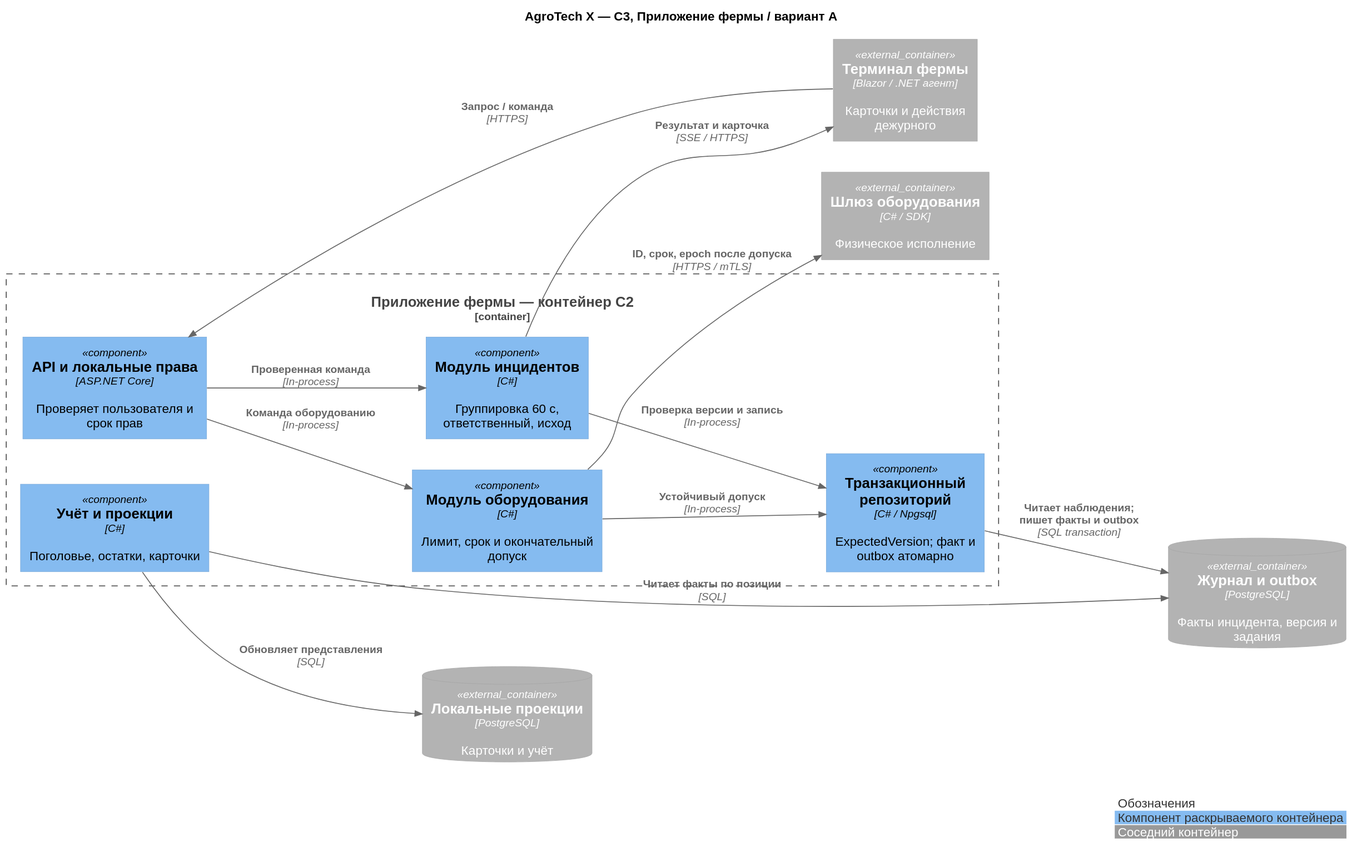
This is Task3/diagrams/c3-incidents-a.svg from rozhkovsvyat/MSA-AgroTech, a PlantUML export, as it was before one commit.
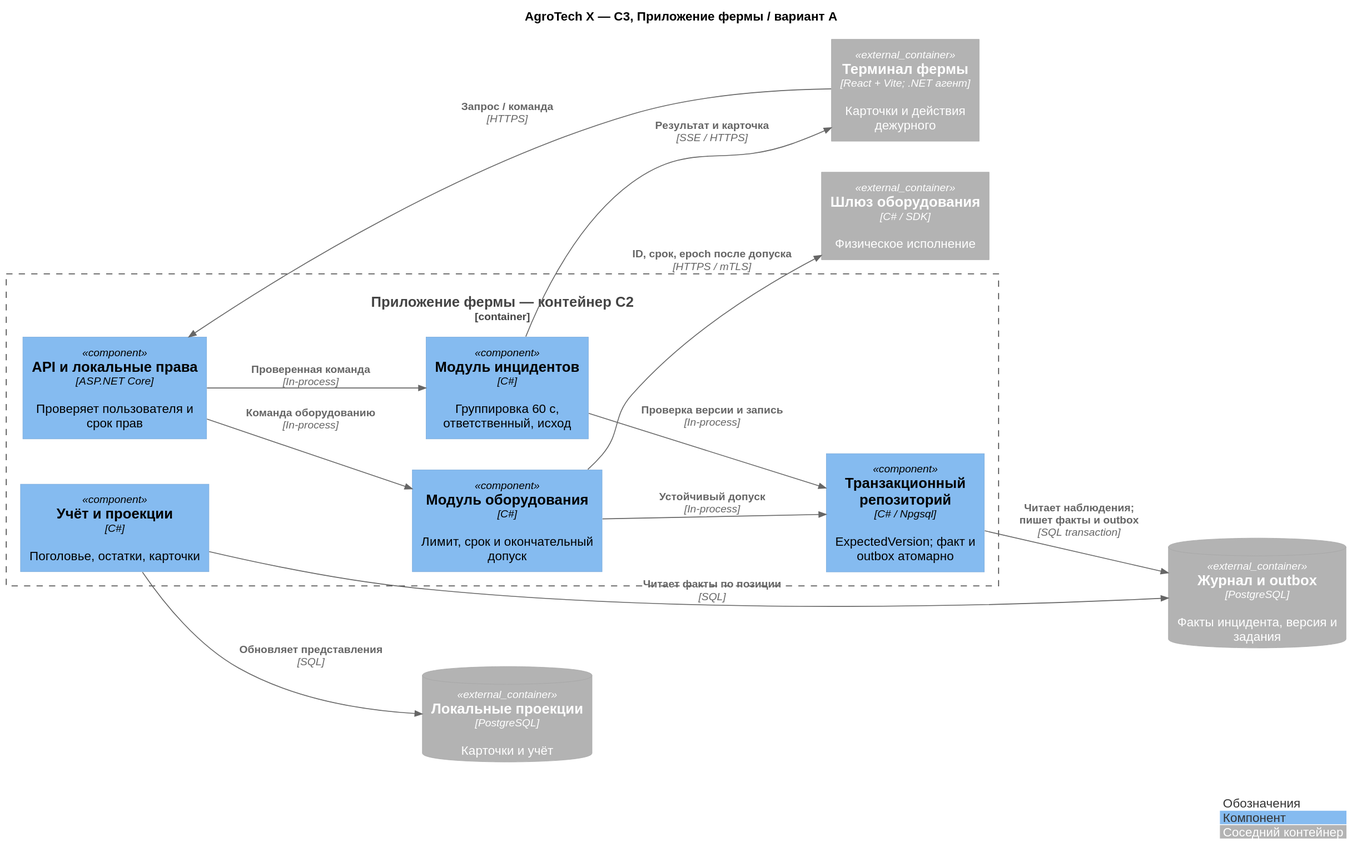
After the commit.

Diff of the diagram source:
```diff
@@ -8,7 +8,7 @@
 skinparam ranksep 65
 show stereotype
 title AgroTech X — C3, Приложение фермы / вариант А
-Container_Ext(ui, "Терминал фермы", "Blazor / .NET агент", "Карточки и действия дежурного")
+Container_Ext(ui, "Терминал фермы", "React + Vite; .NET агент", "Карточки и действия дежурного")
 ContainerDb_Ext(db, "Журнал и outbox", "PostgreSQL", "Факты инцидента, версия и задания")
 ContainerDb_Ext(proj, "Локальные проекции", "PostgreSQL", "Карточки и учёт")
 Container_Ext(gateway, "Шлюз оборудования", "C# / SDK", "Физическое исполнение")
@@ -31,7 +31,7 @@
 Rel(incident, ui, "Результат и карточка", "SSE / HTTPS")
 legend right
 |<#FFFFFF><color:#333333> Обозначения |
-|<#85BBF0><color:#333333> Компонент раскрываемого контейнера |
-|<#999999><color:white> Соседний контейнер |
+|<#85BBF0><color:#333333> Компонент |
+|<#B3B3B3><color:white> Соседний контейнер |
 endlegend
 @enduml
```
